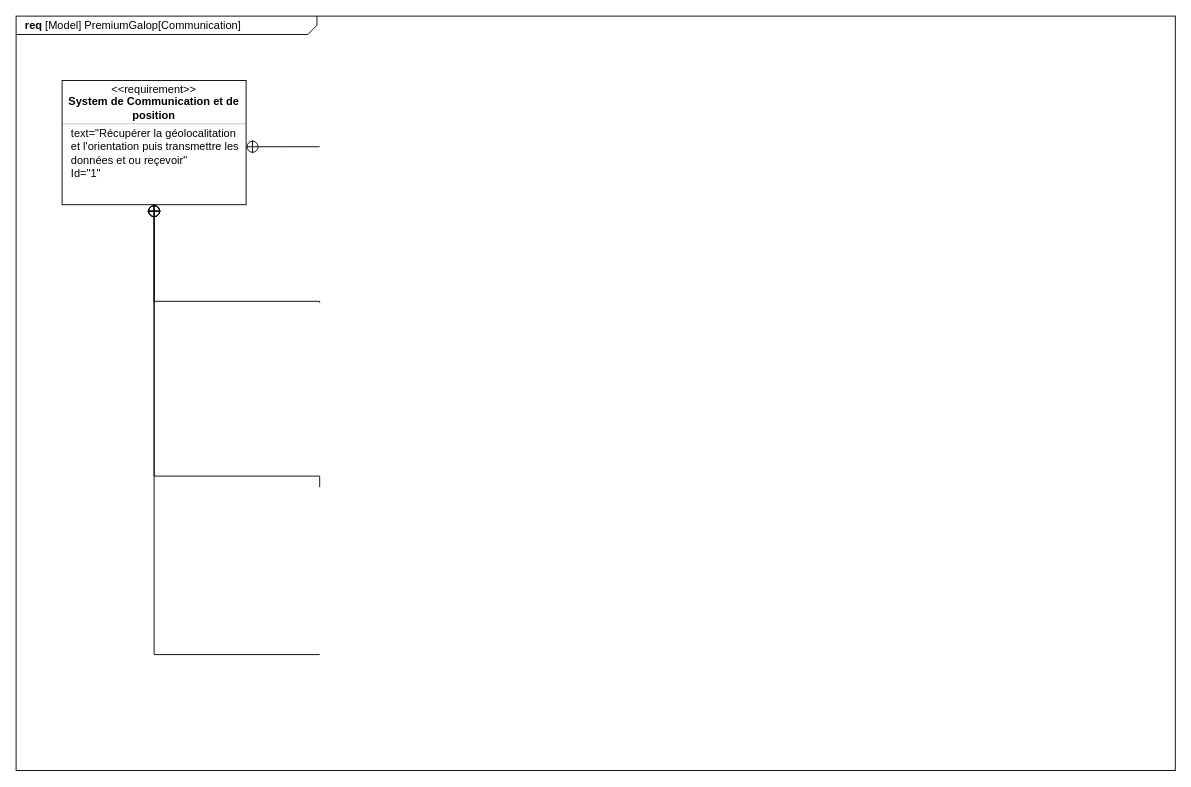
Before: SYSML/Req_communication.drawio in ToGen49/Hippodrome, a draw.io diagram. Source tidied: cells renumbered, new cells numbered last; positions are measured from the earlier drawing's top-left corner, leaving out a move shared by most shapes. Both pictures are drawn from the tidied source at 92%, with x=0, y=0 at pixel (16, 16).
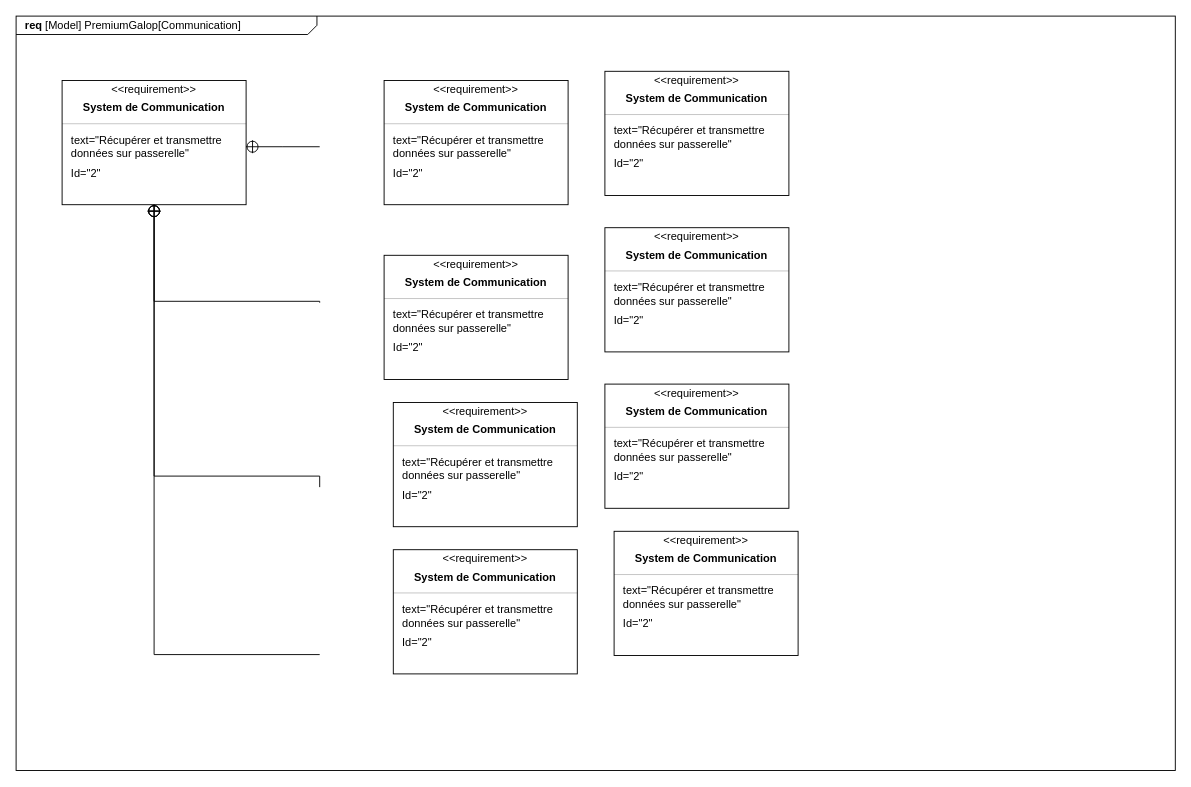
The same page after the edit.

Commit message (it also covers changes not shown here):
Mettre à jour Req_communication.drawio

Unchanged cells that the change refers to:
```xml
<mxCell id="3" style="fontStyle=1;align=center;verticalAlign=middle;horizontal=1;" parent="1" vertex="1">
  <mxGeometry x="50" y="70" width="200" height="135" as="geometry" />
</mxCell>
```

What changed in the source:
```diff
@@
-    <mxCell id="5" value="System de Communication et de position" style="html=1;align=center;spacing=0;verticalAlign=middle;strokeColor=none;fillColor=none;whiteSpace=wrap;fontStyle=1;" parent="3" vertex="1">
+    <mxCell id="5" value="System de Communication" style="html=1;align=center;spacing=0;verticalAlign=middle;strokeColor=none;fillColor=none;whiteSpace=wrap;fontStyle=1;" parent="3" vertex="1">
       <mxGeometry y="16" width="200" height="27" as="geometry" />
     </mxCell>
@@
-    <mxCell id="7" value="text=&quot;Récupérer la géolocalitation et l'orientation puis transmettre les données et ou reçevoir&quot;" style="html=1;align=left;spacing=0;verticalAlign=middle;strokeColor=none;fillColor=none;whiteSpace=wrap;spacingLeft=10;" parent="3" vertex="1">
+    <mxCell id="7" value="text=&quot;Récupérer et transmettre données sur passerelle&quot;" style="html=1;align=left;spacing=0;verticalAlign=middle;strokeColor=none;fillColor=none;whiteSpace=wrap;spacingLeft=10;" parent="3" vertex="1">
       <mxGeometry y="51" width="200" height="42" as="geometry" />
     </mxCell>
-    <mxCell id="8" value="Id=&quot;1&quot;" style="html=1;align=left;spacing=0;verticalAlign=middle;strokeColor=none;fillColor=none;whiteSpace=wrap;spacingLeft=10;" parent="3" vertex="1">
+    <mxCell id="8" value="Id=&quot;2&lt;span style=&quot;background-color: transparent; color: light-dark(rgb(0, 0, 0), rgb(255, 255, 255));&quot;&gt;&quot;&lt;/span&gt;" style="html=1;align=left;spacing=0;verticalAlign=middle;strokeColor=none;fillColor=none;whiteSpace=wrap;spacingLeft=10;" parent="3" vertex="1">
       <mxGeometry y="93" width="200" height="16" as="geometry" />
     </mxCell>
@@
+    <mxCell id="14" style="fontStyle=1;align=center;verticalAlign=middle;horizontal=1;" parent="1" vertex="1">
+      <mxGeometry x="400" y="70" width="200" height="135" as="geometry" />
+    </mxCell>
+    <mxCell id="15" value="&amp;lt;&amp;lt;requirement&amp;gt;&amp;gt;" style="html=1;align=center;spacing=0;verticalAlign=middle;strokeColor=none;fillColor=none;whiteSpace=wrap;spacingTop=3;" parent="14" vertex="1">
+      <mxGeometry width="200" height="16" as="geometry" />
+    </mxCell>
+    <mxCell id="16" value="System de Communication" style="html=1;align=center;spacing=0;verticalAlign=middle;strokeColor=none;fillColor=none;whiteSpace=wrap;fontStyle=1;" parent="14" vertex="1">
+      <mxGeometry y="16" width="200" height="27" as="geometry" />
+    </mxCell>
+    <mxCell id="17" style="line;strokeWidth=0.25;fillColor=none;align=left;verticalAlign=middle;spacingTop=-1;spacingLeft=3;spacingRight=3;labelPosition=right;" parent="14" vertex="1">
+      <mxGeometry y="43" width="200" height="8" as="geometry" />
+    </mxCell>
+    <mxCell id="18" value="text=&quot;Récupérer et transmettre données sur passerelle&quot;" style="html=1;align=left;spacing=0;verticalAlign=middle;strokeColor=none;fillColor=none;whiteSpace=wrap;spacingLeft=10;" parent="14" vertex="1">
+      <mxGeometry y="51" width="200" height="42" as="geometry" />
+    </mxCell>
+    <mxCell id="19" value="Id=&quot;2&lt;span style=&quot;background-color: transparent; color: light-dark(rgb(0, 0, 0), rgb(255, 255, 255));&quot;&gt;&quot;&lt;/span&gt;" style="html=1;align=left;spacing=0;verticalAlign=middle;strokeColor=none;fillColor=none;whiteSpace=wrap;spacingLeft=10;" parent="14" vertex="1">
+      <mxGeometry y="93" width="200" height="16" as="geometry" />
+    </mxCell>
+    <mxCell id="20" style="html=1;align=center;spacing=0;verticalAlign=middle;strokeColor=none;fillColor=none;whiteSpace=wrap;" parent="14" vertex="1">
+      <mxGeometry y="109" width="200" height="26" as="geometry" />
+    </mxCell>
+    <mxCell id="21" style="fontStyle=1;align=center;verticalAlign=middle;horizontal=1;" parent="1" vertex="1">
+      <mxGeometry x="400" y="260" width="200" height="135" as="geometry" />
+    </mxCell>
+    <mxCell id="22" value="&amp;lt;&amp;lt;requirement&amp;gt;&amp;gt;" style="html=1;align=center;spacing=0;verticalAlign=middle;strokeColor=none;fillColor=none;whiteSpace=wrap;spacingTop=3;" parent="21" vertex="1">
+      <mxGeometry width="200" height="16" as="geometry" />
+    </mxCell>
+    <mxCell id="23" value="System de Communication" style="html=1;align=center;spacing=0;verticalAlign=middle;strokeColor=none;fillColor=none;whiteSpace=wrap;fontStyle=1;" parent="21" vertex="1">
+      <mxGeometry y="16" width="200" height="27" as="geometry" />
+    </mxCell>
+    <mxCell id="24" style="line;strokeWidth=0.25;fillColor=none;align=left;verticalAlign=middle;spacingTop=-1;spacingLeft=3;spacingRight=3;labelPosition=right;" parent="21" vertex="1">
+      <mxGeometry y="43" width="200" height="8" as="geometry" />
+    </mxCell>
+    <mxCell id="25" value="text=&quot;Récupérer et transmettre données sur passerelle&quot;" style="html=1;align=left;spacing=0;verticalAlign=middle;strokeColor=none;fillColor=none;whiteSpace=wrap;spacingLeft=10;" parent="21" vertex="1">
+      <mxGeometry y="51" width="200" height="42" as="geometry" />
+    </mxCell>
+    <mxCell id="26" value="Id=&quot;2&lt;span style=&quot;background-color: transparent; color: light-dark(rgb(0, 0, 0), rgb(255, 255, 255));&quot;&gt;&quot;&lt;/span&gt;" style="html=1;align=left;spacing=0;verticalAlign=middle;strokeColor=none;fillColor=none;whiteSpace=wrap;spacingLeft=10;" parent="21" vertex="1">
+      <mxGeometry y="93" width="200" height="16" as="geometry" />
+    </mxCell>
+    <mxCell id="27" style="html=1;align=center;spacing=0;verticalAlign=middle;strokeColor=none;fillColor=none;whiteSpace=wrap;" parent="21" vertex="1">
+      <mxGeometry y="109" width="200" height="26" as="geometry" />
+    </mxCell>
+    <mxCell id="28" style="fontStyle=1;align=center;verticalAlign=middle;horizontal=1;" parent="1" vertex="1">
+      <mxGeometry x="410" y="420" width="200" height="135" as="geometry" />
+    </mxCell>
+    <mxCell id="29" value="&amp;lt;&amp;lt;requirement&amp;gt;&amp;gt;" style="html=1;align=center;spacing=0;verticalAlign=middle;strokeColor=none;fillColor=none;whiteSpace=wrap;spacingTop=3;" parent="28" vertex="1">
+      <mxGeometry width="200" height="16" as="geometry" />
+    </mxCell>
+    <mxCell id="30" value="System de Communication" style="html=1;align=center;spacing=0;verticalAlign=middle;strokeColor=none;fillColor=none;whiteSpace=wrap;fontStyle=1;" parent="28" vertex="1">
+      <mxGeometry y="16" width="200" height="27" as="geometry" />
+    </mxCell>
+    <mxCell id="31" style="line;strokeWidth=0.25;fillColor=none;align=left;verticalAlign=middle;spacingTop=-1;spacingLeft=3;spacingRight=3;labelPosition=right;" parent="28" vertex="1">
+      <mxGeometry y="43" width="200" height="8" as="geometry" />
+    </mxCell>
+    <mxCell id="32" value="text=&quot;Récupérer et transmettre données sur passerelle&quot;" style="html=1;align=left;spacing=0;verticalAlign=middle;strokeColor=none;fillColor=none;whiteSpace=wrap;spacingLeft=10;" parent="28" vertex="1">
+      <mxGeometry y="51" width="200" height="42" as="geometry" />
+    </mxCell>
+    <mxCell id="33" value="Id=&quot;2&lt;span style=&quot;background-color: transparent; color: light-dark(rgb(0, 0, 0), rgb(255, 255, 255));&quot;&gt;&quot;&lt;/span&gt;" style="html=1;align=left;spacing=0;verticalAlign=middle;strokeColor=none;fillColor=none;whiteSpace=wrap;spacingLeft=10;" parent="28" vertex="1">
+      <mxGeometry y="93" width="200" height="16" as="geometry" />
+    </mxCell>
+    <mxCell id="34" style="html=1;align=center;spacing=0;verticalAlign=middle;strokeColor=none;fillColor=none;whiteSpace=wrap;" parent="28" vertex="1">
+      <mxGeometry y="109" width="200" height="26" as="geometry" />
+    </mxCell>
+    <mxCell id="35" style="fontStyle=1;align=center;verticalAlign=middle;horizontal=1;" parent="1" vertex="1">
+      <mxGeometry x="410" y="580" width="200" height="135" as="geometry" />
+    </mxCell>
+    <mxCell id="36" value="&amp;lt;&amp;lt;requirement&amp;gt;&amp;gt;" style="html=1;align=center;spacing=0;verticalAlign=middle;strokeColor=none;fillColor=none;whiteSpace=wrap;spacingTop=3;" parent="35" vertex="1">
+      <mxGeometry width="200" height="16" as="geometry" />
+    </mxCell>
+    <mxCell id="37" value="System de Communication" style="html=1;align=center;spacing=0;verticalAlign=middle;strokeColor=none;fillColor=none;whiteSpace=wrap;fontStyle=1;" parent="35" vertex="1">
+      <mxGeometry y="16" width="200" height="27" as="geometry" />
+    </mxCell>
+    <mxCell id="38" style="line;strokeWidth=0.25;fillColor=none;align=left;verticalAlign=middle;spacingTop=-1;spacingLeft=3;spacingRight=3;labelPosition=right;" parent="35" vertex="1">
+      <mxGeometry y="43" width="200" height="8" as="geometry" />
+    </mxCell>
+    <mxCell id="39" value="text=&quot;Récupérer et transmettre données sur passerelle&quot;" style="html=1;align=left;spacing=0;verticalAlign=middle;strokeColor=none;fillColor=none;whiteSpace=wrap;spacingLeft=10;" parent="35" vertex="1">
+      <mxGeometry y="51" width="200" height="42" as="geometry" />
+    </mxCell>
+    <mxCell id="40" value="Id=&quot;2&lt;span style=&quot;background-color: transparent; color: light-dark(rgb(0, 0, 0), rgb(255, 255, 255));&quot;&gt;&quot;&lt;/span&gt;" style="html=1;align=left;spacing=0;verticalAlign=middle;strokeColor=none;fillColor=none;whiteSpace=wrap;spacingLeft=10;" parent="35" vertex="1">
+      <mxGeometry y="93" width="200" height="16" as="geometry" />
+    </mxCell>
+    <mxCell id="41" style="html=1;align=center;spacing=0;verticalAlign=middle;strokeColor=none;fillColor=none;whiteSpace=wrap;" parent="35" vertex="1">
+      <mxGeometry y="109" width="200" height="26" as="geometry" />
+    </mxCell>
+    <mxCell id="42" style="fontStyle=1;align=center;verticalAlign=middle;horizontal=1;" parent="1" vertex="1">
+      <mxGeometry x="640" y="60" width="200" height="135" as="geometry" />
+    </mxCell>
+    <mxCell id="43" value="&amp;lt;&amp;lt;requirement&amp;gt;&amp;gt;" style="html=1;align=center;spacing=0;verticalAlign=middle;strokeColor=none;fillColor=none;whiteSpace=wrap;spacingTop=3;" parent="42" vertex="1">
+      <mxGeometry width="200" height="16" as="geometry" />
+    </mxCell>
+    <mxCell id="44" value="System de Communication" style="html=1;align=center;spacing=0;verticalAlign=middle;strokeColor=none;fillColor=none;whiteSpace=wrap;fontStyle=1;" parent="42" vertex="1">
+      <mxGeometry y="16" width="200" height="27" as="geometry" />
+    </mxCell>
+    <mxCell id="45" style="line;strokeWidth=0.25;fillColor=none;align=left;verticalAlign=middle;spacingTop=-1;spacingLeft=3;spacingRight=3;labelPosition=right;" parent="42" vertex="1">
+      <mxGeometry y="43" width="200" height="8" as="geometry" />
+    </mxCell>
+    <mxCell id="46" value="text=&quot;Récupérer et transmettre données sur passerelle&quot;" style="html=1;align=left;spacing=0;verticalAlign=middle;strokeColor=none;fillColor=none;whiteSpace=wrap;spacingLeft=10;" parent="42" vertex="1">
+      <mxGeometry y="51" width="200" height="42" as="geometry" />
+    </mxCell>
+    <mxCell id="47" value="Id=&quot;2&lt;span style=&quot;background-color: transparent; color: light-dark(rgb(0, 0, 0), rgb(255, 255, 255));&quot;&gt;&quot;&lt;/span&gt;" style="html=1;align=left;spacing=0;verticalAlign=middle;strokeColor=none;fillColor=none;whiteSpace=wrap;spacingLeft=10;" parent="42" vertex="1">
+      <mxGeometry y="93" width="200" height="16" as="geometry" />
+    </mxCell>
+    <mxCell id="48" style="html=1;align=center;spacing=0;verticalAlign=middle;strokeColor=none;fillColor=none;whiteSpace=wrap;" parent="42" vertex="1">
+      <mxGeometry y="109" width="200" height="26" as="geometry" />
+    </mxCell>
+    <mxCell id="49" style="fontStyle=1;align=center;verticalAlign=middle;horizontal=1;" parent="1" vertex="1">
+      <mxGeometry x="640" y="230" width="200" height="135" as="geometry" />
+    </mxCell>
+    <mxCell id="50" value="&amp;lt;&amp;lt;requirement&amp;gt;&amp;gt;" style="html=1;align=center;spacing=0;verticalAlign=middle;strokeColor=none;fillColor=none;whiteSpace=wrap;spacingTop=3;" parent="49" vertex="1">
+      <mxGeometry width="200" height="16" as="geometry" />
+    </mxCell>
+    <mxCell id="51" value="System de Communication" style="html=1;align=center;spacing=0;verticalAlign=middle;strokeColor=none;fillColor=none;whiteSpace=wrap;fontStyle=1;" parent="49" vertex="1">
+      <mxGeometry y="16" width="200" height="27" as="geometry" />
+    </mxCell>
+    <mxCell id="52" style="line;strokeWidth=0.25;fillColor=none;align=left;verticalAlign=middle;spacingTop=-1;spacingLeft=3;spacingRight=3;labelPosition=right;" parent="49" vertex="1">
+      <mxGeometry y="43" width="200" height="8" as="geometry" />
+    </mxCell>
+    <mxCell id="53" value="text=&quot;Récupérer et transmettre données sur passerelle&quot;" style="html=1;align=left;spacing=0;verticalAlign=middle;strokeColor=none;fillColor=none;whiteSpace=wrap;spacingLeft=10;" parent="49" vertex="1">
+      <mxGeometry y="51" width="200" height="42" as="geometry" />
+    </mxCell>
+    <mxCell id="54" value="Id=&quot;2&lt;span style=&quot;background-color: transparent; color: light-dark(rgb(0, 0, 0), rgb(255, 255, 255));&quot;&gt;&quot;&lt;/span&gt;" style="html=1;align=left;spacing=0;verticalAlign=middle;strokeColor=none;fillColor=none;whiteSpace=wrap;spacingLeft=10;" parent="49" vertex="1">
+      <mxGeometry y="93" width="200" height="16" as="geometry" />
+    </mxCell>
+    <mxCell id="55" style="html=1;align=center;spacing=0;verticalAlign=middle;strokeColor=none;fillColor=none;whiteSpace=wrap;" parent="49" vertex="1">
+      <mxGeometry y="109" width="200" height="26" as="geometry" />
+    </mxCell>
+    <mxCell id="56" style="fontStyle=1;align=center;verticalAlign=middle;horizontal=1;" parent="1" vertex="1">
+      <mxGeometry x="640" y="400" width="200" height="135" as="geometry" />
+    </mxCell>
+    <mxCell id="57" value="&amp;lt;&amp;lt;requirement&amp;gt;&amp;gt;" style="html=1;align=center;spacing=0;verticalAlign=middle;strokeColor=none;fillColor=none;whiteSpace=wrap;spacingTop=3;" parent="56" vertex="1">
+      <mxGeometry width="200" height="16" as="geometry" />
+    </mxCell>
+    <mxCell id="58" value="System de Communication" style="html=1;align=center;spacing=0;verticalAlign=middle;strokeColor=none;fillColor=none;whiteSpace=wrap;fontStyle=1;" parent="56" vertex="1">
+      <mxGeometry y="16" width="200" height="27" as="geometry" />
+    </mxCell>
+    <mxCell id="59" style="line;strokeWidth=0.25;fillColor=none;align=left;verticalAlign=middle;spacingTop=-1;spacingLeft=3;spacingRight=3;labelPosition=right;" parent="56" vertex="1">
+      <mxGeometry y="43" width="200" height="8" as="geometry" />
+    </mxCell>
+    <mxCell id="60" value="text=&quot;Récupérer et transmettre données sur passerelle&quot;" style="html=1;align=left;spacing=0;verticalAlign=middle;strokeColor=none;fillColor=none;whiteSpace=wrap;spacingLeft=10;" parent="56" vertex="1">
+      <mxGeometry y="51" width="200" height="42" as="geometry" />
+    </mxCell>
+    <mxCell id="61" value="Id=&quot;2&lt;span style=&quot;background-color: transparent; color: light-dark(rgb(0, 0, 0), rgb(255, 255, 255));&quot;&gt;&quot;&lt;/span&gt;" style="html=1;align=left;spacing=0;verticalAlign=middle;strokeColor=none;fillColor=none;whiteSpace=wrap;spacingLeft=10;" parent="56" vertex="1">
+      <mxGeometry y="93" width="200" height="16" as="geometry" />
+    </mxCell>
+    <mxCell id="62" style="html=1;align=center;spacing=0;verticalAlign=middle;strokeColor=none;fillColor=none;whiteSpace=wrap;" parent="56" vertex="1">
+      <mxGeometry y="109" width="200" height="26" as="geometry" />
+    </mxCell>
+    <mxCell id="63" style="fontStyle=1;align=center;verticalAlign=middle;horizontal=1;" parent="1" vertex="1">
+      <mxGeometry x="650" y="560" width="200" height="135" as="geometry" />
+    </mxCell>
+    <mxCell id="64" value="&amp;lt;&amp;lt;requirement&amp;gt;&amp;gt;" style="html=1;align=center;spacing=0;verticalAlign=middle;strokeColor=none;fillColor=none;whiteSpace=wrap;spacingTop=3;" parent="63" vertex="1">
+      <mxGeometry width="200" height="16" as="geometry" />
+    </mxCell>
+    <mxCell id="65" value="System de Communication" style="html=1;align=center;spacing=0;verticalAlign=middle;strokeColor=none;fillColor=none;whiteSpace=wrap;fontStyle=1;" parent="63" vertex="1">
+      <mxGeometry y="16" width="200" height="27" as="geometry" />
+    </mxCell>
+    <mxCell id="66" style="line;strokeWidth=0.25;fillColor=none;align=left;verticalAlign=middle;spacingTop=-1;spacingLeft=3;spacingRight=3;labelPosition=right;" parent="63" vertex="1">
+      <mxGeometry y="43" width="200" height="8" as="geometry" />
+    </mxCell>
+    <mxCell id="67" value="text=&quot;Récupérer et transmettre données sur passerelle&quot;" style="html=1;align=left;spacing=0;verticalAlign=middle;strokeColor=none;fillColor=none;whiteSpace=wrap;spacingLeft=10;" parent="63" vertex="1">
+      <mxGeometry y="51" width="200" height="42" as="geometry" />
+    </mxCell>
+    <mxCell id="68" value="Id=&quot;2&lt;span style=&quot;background-color: transparent; color: light-dark(rgb(0, 0, 0), rgb(255, 255, 255));&quot;&gt;&quot;&lt;/span&gt;" style="html=1;align=left;spacing=0;verticalAlign=middle;strokeColor=none;fillColor=none;whiteSpace=wrap;spacingLeft=10;" parent="63" vertex="1">
+      <mxGeometry y="93" width="200" height="16" as="geometry" />
+    </mxCell>
+    <mxCell id="69" style="html=1;align=center;spacing=0;verticalAlign=middle;strokeColor=none;fillColor=none;whiteSpace=wrap;" parent="63" vertex="1">
+      <mxGeometry y="109" width="200" height="26" as="geometry" />
+    </mxCell>
```
